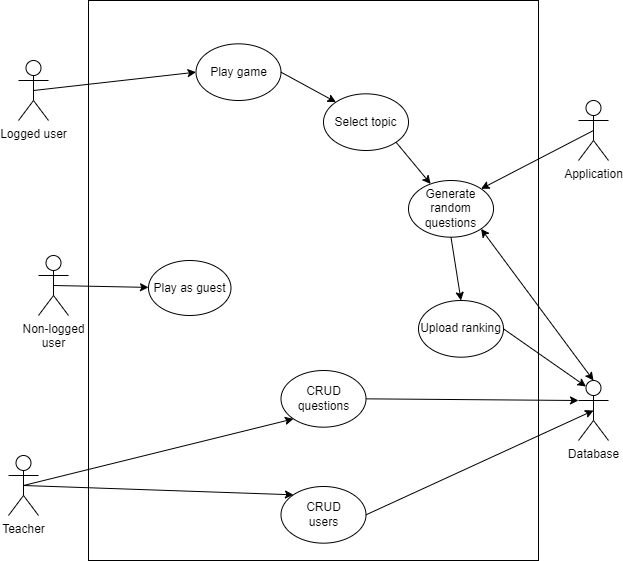
Earlier version of the draw.io export documentation/Diagrams/use-cases.png (AdriLorenz/UQuiz). Source tidied: cells renumbered, new cells last; positions are measured from the earlier drawing's top-left corner, leaving out a move shared by most shapes.
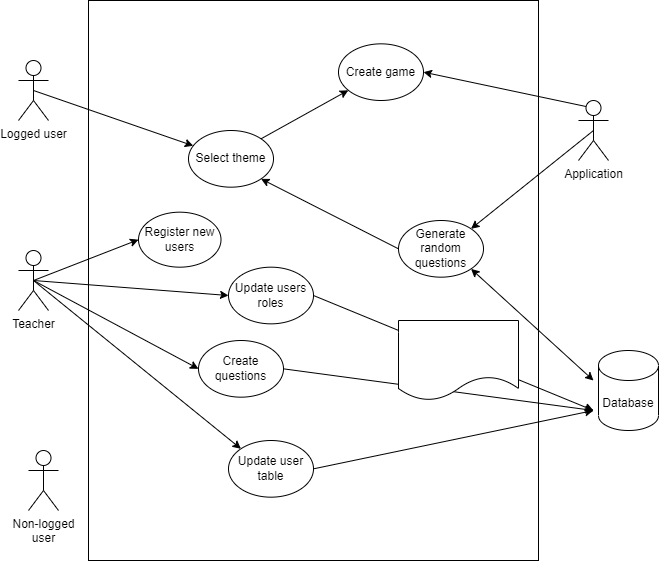
After the commit.

Diff of the diagram source:
```diff
@@ -9,73 +9,87 @@
       <mxGeometry x="10" y="60" width="30" height="60" as="geometry" />
     </mxCell>
     <mxCell id="4" value="Non-logged&lt;br&gt;user" style="shape=umlActor;verticalLabelPosition=bottom;verticalAlign=top;html=1;outlineConnect=0;fontColor=default;strokeColor=default;fillColor=default;" parent="1" vertex="1">
-      <mxGeometry x="30" y="255" width="30" height="60" as="geometry" />
+      <mxGeometry x="20" y="450" width="30" height="60" as="geometry" />
     </mxCell>
     <mxCell id="5" value="Teacher" style="shape=umlActor;verticalLabelPosition=bottom;verticalAlign=top;html=1;outlineConnect=0;fontColor=default;strokeColor=default;fillColor=default;" parent="1" vertex="1">
-      <mxGeometry y="455" width="30" height="60" as="geometry" />
+      <mxGeometry x="10" y="250" width="30" height="60" as="geometry" />
     </mxCell>
-    <mxCell id="6" value="Play as guest" style="ellipse;whiteSpace=wrap;html=1;fontColor=default;strokeColor=default;fillColor=default;" parent="1" vertex="1">
-      <mxGeometry x="140" y="260" width="82.5" height="55" as="geometry" />
+    <mxCell id="6" value="Register new&lt;br&gt;users" style="ellipse;whiteSpace=wrap;html=1;fontColor=default;strokeColor=default;fillColor=default;" parent="1" vertex="1">
+      <mxGeometry x="130" y="211.7" width="82.5" height="55" as="geometry" />
     </mxCell>
-    <mxCell id="7" value="Database" style="shape=umlActor;verticalLabelPosition=bottom;verticalAlign=top;html=1;outlineConnect=0;fontColor=default;strokeColor=default;fillColor=default;" parent="1" vertex="1">
-      <mxGeometry x="570" y="380" width="30" height="60" as="geometry" />
-    </mxCell>
     <mxCell id="8" value="Application" style="shape=umlActor;verticalLabelPosition=bottom;verticalAlign=top;html=1;outlineConnect=0;fontColor=default;strokeColor=default;fillColor=default;" parent="1" vertex="1">
       <mxGeometry x="570" y="100" width="30" height="60" as="geometry" />
     </mxCell>
-    <mxCell id="9" style="endArrow=classic;html=1;rounded=0;labelBackgroundColor=default;fontColor=default;strokeColor=default;exitX=0.5;exitY=0.5;exitDx=0;exitDy=0;exitPerimeter=0;" parent="1" edge="1" source="4" target="6">
-      <mxGeometry relative="1" as="geometry" />
-    </mxCell>
-    <mxCell id="10" value="CRUD questions" style="ellipse;whiteSpace=wrap;html=1;fontColor=default;strokeColor=default;fillColor=default;" parent="1" vertex="1">
-      <mxGeometry x="272.5" y="370" width="85" height="56.7" as="geometry" />
-    </mxCell>
+    <mxCell id="27" value="Update user&lt;br&gt;table" style="ellipse;whiteSpace=wrap;html=1;fontColor=default;strokeColor=default;fillColor=default;" parent="1" vertex="1">
+      <mxGeometry x="220" y="440" width="85" height="56.7" as="geometry" />
+    </mxCell>
+    <mxCell id="28" style="endArrow=classic;html=1;rounded=0;labelBackgroundColor=default;fontColor=default;strokeColor=default;entryX=0.5;entryY=0.5;entryDx=0;entryDy=0;entryPerimeter=0;exitX=1;exitY=0.5;exitDx=0;exitDy=0;" parent="1" edge="1" source="27">
+      <mxGeometry relative="1" as="geometry">
+        <mxPoint x="585" y="410" as="targetPoint" />
+      </mxGeometry>
+    </mxCell>
-    <mxCell id="11" style="endArrow=classic;html=1;rounded=0;labelBackgroundColor=default;fontColor=default;strokeColor=default;exitX=0.5;exitY=0.5;exitDx=0;exitDy=0;exitPerimeter=0;entryX=0;entryY=1;entryDx=0;entryDy=0;" parent="1" edge="1" source="5" target="10">
+    <mxCell id="11" style="endArrow=classic;html=1;rounded=0;labelBackgroundColor=default;fontColor=default;strokeColor=default;exitX=0.5;exitY=0.5;exitDx=0;exitDy=0;exitPerimeter=0;entryX=0;entryY=0.5;entryDx=0;entryDy=0;" parent="1" edge="1" source="5" target="6">
       <mxGeometry relative="1" as="geometry" />
     </mxCell>
-    <mxCell id="12" value="Play game" style="ellipse;whiteSpace=wrap;html=1;fontColor=default;strokeColor=default;fillColor=default;" parent="1" vertex="1">
-      <mxGeometry x="187.5" y="43.3" width="85" height="56.7" as="geometry" />
+    <mxCell id="12" value="Create game" style="ellipse;whiteSpace=wrap;html=1;fontColor=default;strokeColor=default;fillColor=default;" parent="1" vertex="1">
+      <mxGeometry x="330" y="43.3" width="85" height="56.7" as="geometry" />
     </mxCell>
-    <mxCell id="13" style="endArrow=classic;html=1;rounded=0;labelBackgroundColor=default;fontColor=default;strokeColor=default;exitX=0.5;exitY=0.5;exitDx=0;exitDy=0;exitPerimeter=0;entryX=0;entryY=0.5;entryDx=0;entryDy=0;" parent="1" edge="1" source="3" target="12">
+    <mxCell id="13" style="endArrow=classic;html=1;rounded=0;labelBackgroundColor=default;fontColor=default;strokeColor=default;exitX=0.5;exitY=0.5;exitDx=0;exitDy=0;exitPerimeter=0;" parent="1" edge="1" source="3" target="20">
       <mxGeometry relative="1" as="geometry" />
     </mxCell>
-    <mxCell id="14" value="CRUD&lt;br&gt;users" style="ellipse;whiteSpace=wrap;html=1;fontColor=default;strokeColor=default;fillColor=default;" parent="1" vertex="1">
-      <mxGeometry x="272.5" y="486" width="85" height="56.7" as="geometry" />
+    <mxCell id="14" value="Update users&lt;br&gt;roles" style="ellipse;whiteSpace=wrap;html=1;fontColor=default;strokeColor=default;fillColor=default;" parent="1" vertex="1">
+      <mxGeometry x="220" y="266.7" width="85" height="56.7" as="geometry" />
     </mxCell>
-    <mxCell id="15" style="endArrow=classic;html=1;rounded=0;labelBackgroundColor=default;fontColor=default;strokeColor=default;exitX=0.5;exitY=0.5;exitDx=0;exitDy=0;exitPerimeter=0;entryX=0;entryY=0;entryDx=0;entryDy=0;" parent="1" edge="1" source="5" target="14">
+    <mxCell id="15" style="endArrow=classic;html=1;rounded=0;labelBackgroundColor=default;fontColor=default;strokeColor=default;exitX=0.5;exitY=0.5;exitDx=0;exitDy=0;exitPerimeter=0;entryX=0;entryY=0.5;entryDx=0;entryDy=0;" parent="1" edge="1" source="5" target="14">
       <mxGeometry relative="1" as="geometry" />
     </mxCell>
-    <mxCell id="16" style="endArrow=classic;html=1;rounded=0;labelBackgroundColor=default;fontColor=default;strokeColor=default;entryX=0.5;entryY=0.5;entryDx=0;entryDy=0;entryPerimeter=0;exitX=1;exitY=0.5;exitDx=0;exitDy=0;" parent="1" edge="1" source="14" target="7">
-      <mxGeometry relative="1" as="geometry" />
+    <mxCell id="16" style="endArrow=classic;html=1;rounded=0;labelBackgroundColor=default;fontColor=default;strokeColor=default;entryX=0.5;entryY=0.5;entryDx=0;entryDy=0;entryPerimeter=0;exitX=1;exitY=0.5;exitDx=0;exitDy=0;" parent="1" edge="1" source="14">
+      <mxGeometry relative="1" as="geometry">
+        <mxPoint x="585" y="410" as="targetPoint" />
+      </mxGeometry>
     </mxCell>
     <mxCell id="17" value="Generate random&lt;br&gt;questions" style="ellipse;whiteSpace=wrap;html=1;fontColor=default;strokeColor=default;fillColor=default;" parent="1" vertex="1">
-      <mxGeometry x="400" y="180" width="85" height="56.7" as="geometry" />
+      <mxGeometry x="390" y="220" width="85" height="56.7" as="geometry" />
     </mxCell>
     <mxCell id="18" style="endArrow=classic;html=1;rounded=0;labelBackgroundColor=default;fontColor=default;strokeColor=default;entryX=1;entryY=0;entryDx=0;entryDy=0;exitX=0.5;exitY=0.5;exitDx=0;exitDy=0;exitPerimeter=0;" parent="1" edge="1" source="8" target="17">
       <mxGeometry relative="1" as="geometry" />
     </mxCell>
-    <mxCell id="19" style="endArrow=classic;startArrow=classic;html=1;rounded=0;labelBackgroundColor=default;fontColor=default;strokeColor=default;entryX=1;entryY=1;entryDx=0;entryDy=0;exitX=0.5;exitY=0;exitDx=0;exitDy=0;exitPerimeter=0;" parent="1" edge="1" source="7" target="17">
-      <mxGeometry relative="1" as="geometry" />
+    <mxCell id="19" style="endArrow=classic;startArrow=classic;html=1;rounded=0;labelBackgroundColor=default;fontColor=default;strokeColor=default;entryX=1;entryY=1;entryDx=0;entryDy=0;exitX=0.5;exitY=0;exitDx=0;exitDy=0;exitPerimeter=0;" parent="1" edge="1" target="17">
+      <mxGeometry relative="1" as="geometry">
+        <mxPoint x="585" y="380" as="sourcePoint" />
+      </mxGeometry>
     </mxCell>
-    <mxCell id="20" value="Select topic" style="ellipse;whiteSpace=wrap;html=1;fontColor=default;strokeColor=default;fillColor=default;" parent="1" vertex="1">
-      <mxGeometry x="315" y="93.3" width="85" height="56.7" as="geometry" />
+    <mxCell id="20" value="Select theme" style="ellipse;whiteSpace=wrap;html=1;fontColor=default;strokeColor=default;fillColor=default;" parent="1" vertex="1">
+      <mxGeometry x="180" y="130" width="85" height="56.7" as="geometry" />
     </mxCell>
-    <mxCell id="21" style="endArrow=classic;html=1;rounded=0;labelBackgroundColor=default;fontColor=default;strokeColor=default;exitX=1;exitY=0.5;exitDx=0;exitDy=0;entryX=0;entryY=0;entryDx=0;entryDy=0;" parent="1" edge="1" source="12" target="20">
-      <mxGeometry relative="1" as="geometry" />
-    </mxCell>
-    <mxCell id="22" value="Upload ranking" style="ellipse;whiteSpace=wrap;html=1;fontColor=default;strokeColor=default;fillColor=default;" parent="1" vertex="1">
-      <mxGeometry x="410" y="300" width="85" height="56.7" as="geometry" />
-    </mxCell>
-    <mxCell id="23" style="endArrow=classic;html=1;rounded=0;labelBackgroundColor=default;fontColor=default;strokeColor=default;exitX=1;exitY=1;exitDx=0;exitDy=0;" parent="1" edge="1" source="20" target="17">
-      <mxGeometry relative="1" as="geometry" />
-    </mxCell>
-    <mxCell id="24" style="endArrow=classic;html=1;rounded=0;exitX=0.5;exitY=1;exitDx=0;exitDy=0;entryX=0.5;entryY=0;entryDx=0;entryDy=0;" parent="1" edge="1" source="17" target="22">
-      <mxGeometry relative="1" as="geometry" />
-    </mxCell>
-    <mxCell id="25" style="endArrow=classic;html=1;rounded=0;exitX=1;exitY=0.5;exitDx=0;exitDy=0;entryX=0.25;entryY=0.1;entryDx=0;entryDy=0;entryPerimeter=0;" parent="1" edge="1" source="22" target="7">
-      <mxGeometry relative="1" as="geometry" />
-    </mxCell>
-    <mxCell id="26" style="endArrow=classic;html=1;rounded=0;exitX=1;exitY=0.5;exitDx=0;exitDy=0;entryX=0;entryY=0.3333333333333333;entryDx=0;entryDy=0;entryPerimeter=0;" parent="1" edge="1" source="10" target="7">
-      <mxGeometry relative="1" as="geometry" />
-    </mxCell>
+    <mxCell id="29" style="endArrow=classic;html=1;rounded=0;labelBackgroundColor=default;fontColor=default;strokeColor=default;exitX=1;exitY=0;exitDx=0;exitDy=0;" parent="1" edge="1" source="20" target="12">
+      <mxGeometry relative="1" as="geometry" />
+    </mxCell>
+    <mxCell id="30" style="endArrow=classic;html=1;rounded=0;labelBackgroundColor=default;fontColor=default;strokeColor=default;exitX=0;exitY=0.5;exitDx=0;exitDy=0;entryX=1;entryY=1;entryDx=0;entryDy=0;" parent="1" edge="1" source="17" target="20">
+      <mxGeometry relative="1" as="geometry" />
+    </mxCell>
+    <mxCell id="31" style="endArrow=classic;html=1;rounded=0;labelBackgroundColor=default;fontColor=default;strokeColor=default;entryX=1;entryY=0.5;entryDx=0;entryDy=0;exitX=0.25;exitY=0.1;exitDx=0;exitDy=0;exitPerimeter=0;" parent="1" edge="1" source="8" target="12">
+      <mxGeometry relative="1" as="geometry" />
+    </mxCell>
+    <mxCell id="32" value="Create questions" style="ellipse;whiteSpace=wrap;html=1;fontColor=default;strokeColor=default;fillColor=default;" parent="1" vertex="1">
+      <mxGeometry x="190" y="340" width="85" height="56.7" as="geometry" />
+    </mxCell>
+    <mxCell id="33" style="endArrow=classic;html=1;rounded=0;labelBackgroundColor=default;fontColor=default;strokeColor=default;exitX=0.5;exitY=0.5;exitDx=0;exitDy=0;exitPerimeter=0;entryX=0;entryY=0.5;entryDx=0;entryDy=0;" parent="1" edge="1" source="5" target="32">
+      <mxGeometry relative="1" as="geometry" />
+    </mxCell>
+    <mxCell id="34" style="endArrow=classic;html=1;rounded=0;labelBackgroundColor=default;fontColor=default;strokeColor=default;exitX=1;exitY=0.5;exitDx=0;exitDy=0;entryX=0.5;entryY=0.5;entryDx=0;entryDy=0;entryPerimeter=0;" parent="1" edge="1" source="32">
+      <mxGeometry relative="1" as="geometry">
+        <mxPoint x="585" y="410" as="targetPoint" />
+      </mxGeometry>
+    </mxCell>
+    <mxCell id="35" style="endArrow=classic;html=1;rounded=0;exitX=0.5;exitY=0.5;exitDx=0;exitDy=0;exitPerimeter=0;entryX=0;entryY=0;entryDx=0;entryDy=0;" parent="1" edge="1" source="5" target="27">
+      <mxGeometry relative="1" as="geometry" />
+    </mxCell>
+    <mxCell id="7" value="Database" style="shape=cylinder3;whiteSpace=wrap;html=1;boundedLbl=1;backgroundOutline=1;size=15;" parent="1" vertex="1">
+      <mxGeometry x="590" y="350" width="60" height="80" as="geometry" />
+    </mxCell>
+    <mxCell id="36" style="shape=document;whiteSpace=wrap;html=1;boundedLbl=1;" parent="1" vertex="1">
+      <mxGeometry x="390" y="320" width="120" height="80" as="geometry" />
+    </mxCell>
   </root>
 </mxGraphModel>
```
